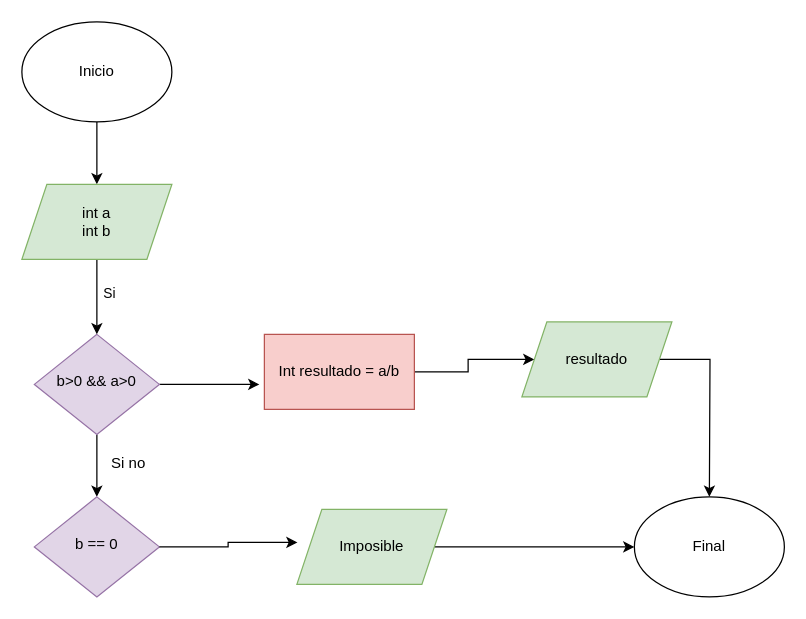
The draw.io diagram diagrama1.3.drawio in Dakotaflores/Diagramasdeflujo, before the edit. Source tidied: cells renumbered, new cells numbered last; positions are measured from the earlier drawing's top-left corner, leaving out a move shared by most shapes. Both pictures are drawn from the tidied source at 125%, with x=0, y=0 at pixel (21, 21).
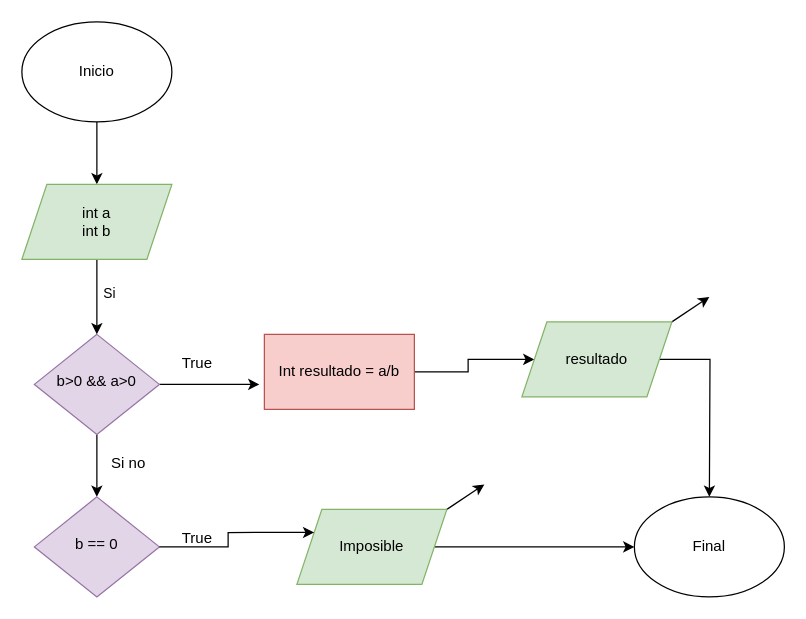
After the change.

Unchanged cells that the change refers to:
```xml
<mxCell id="5" value="b == 0" style="rhombus;whiteSpace=wrap;html=1;shadow=0;fontFamily=Helvetica;fontSize=12;align=center;strokeWidth=1;spacing=6;spacingTop=-4;fillColor=#e1d5e7;strokeColor=#9673a6;" parent="1" vertex="1">
  <mxGeometry x="10" y="380" width="100" height="80" as="geometry" />
</mxCell>
<mxCell id="13" value="Imposible" style="shape=parallelogram;perimeter=parallelogramPerimeter;whiteSpace=wrap;html=1;fixedSize=1;fillColor=#d5e8d4;strokeColor=#82b366;" parent="1" vertex="1">
  <mxGeometry x="220" y="390" width="120" height="60" as="geometry" />
</mxCell>
<mxCell id="20" value="resultado" style="shape=parallelogram;perimeter=parallelogramPerimeter;whiteSpace=wrap;html=1;fixedSize=1;fillColor=#d5e8d4;strokeColor=#82b366;" parent="1" vertex="1">
  <mxGeometry x="400" y="240" width="120" height="60" as="geometry" />
</mxCell>
```

The edit, as a diff of the source:
```diff
@@
+    <mxCell id="21" style="rounded=0;jettySize=auto;html=1;exitX=1;exitY=0;exitDx=0;exitDy=0;" parent="1" edge="1" source="13">
+      <mxGeometry relative="1" as="geometry">
+        <mxPoint x="370" y="370" as="targetPoint" />
+      </mxGeometry>
+    </mxCell>
@@
-    <mxCell id="17" style="edgeStyle=orthogonalEdgeStyle;rounded=0;jettySize=auto;html=1;entryX=0.004;entryY=0.44;entryDx=0;entryDy=0;entryPerimeter=0;" parent="1" edge="1" source="5" target="13">
+    <mxCell id="17" style="edgeStyle=orthogonalEdgeStyle;rounded=0;jettySize=auto;html=1;entryX=0;entryY=0.25;entryDx=0;entryDy=0;" parent="1" edge="1" source="5" target="13">
       <mxGeometry relative="1" as="geometry" />
     </mxCell>
@@
+    <mxCell id="22" style="rounded=0;jettySize=auto;html=1;exitX=1;exitY=0;exitDx=0;exitDy=0;" parent="1" edge="1" source="20">
+      <mxGeometry relative="1" as="geometry">
+        <mxPoint x="550" y="220" as="targetPoint" />
+      </mxGeometry>
+    </mxCell>
@@
+    <mxCell id="23" value="True" style="text;html=1;align=center;verticalAlign=middle;strokeColor=none;fillColor=none;" parent="1" vertex="1">
+      <mxGeometry x="115" y="258" width="50" height="30" as="geometry" />
+    </mxCell>
+    <mxCell id="24" value="True" style="text;html=1;align=center;verticalAlign=middle;strokeColor=none;fillColor=none;" parent="1" vertex="1">
+      <mxGeometry x="115" y="398" width="50" height="30" as="geometry" />
+    </mxCell>
```
